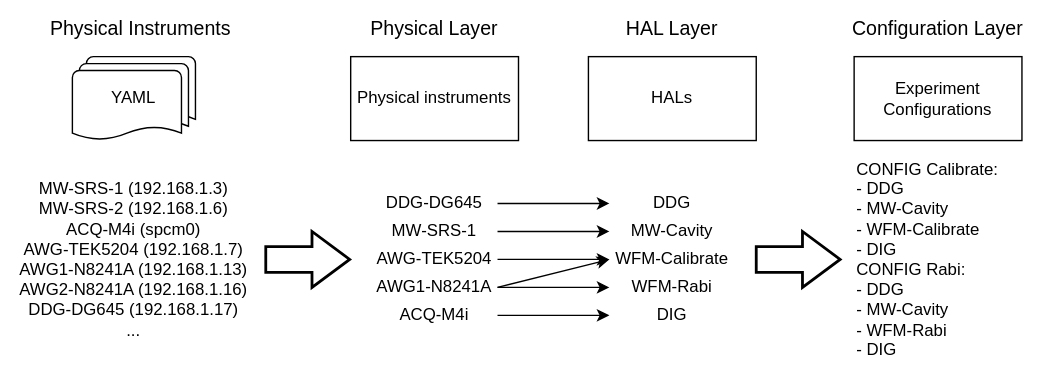
sqdlab/SQDToolz keeps this draw.io diagram as docs/User/Exp_Overview_Setup.drawio.svg. Above is the earlier version. Source tidied: cells renumbered, new cells last; positions are measured from the earlier drawing's top-left corner, leaving out a move shared by most shapes.
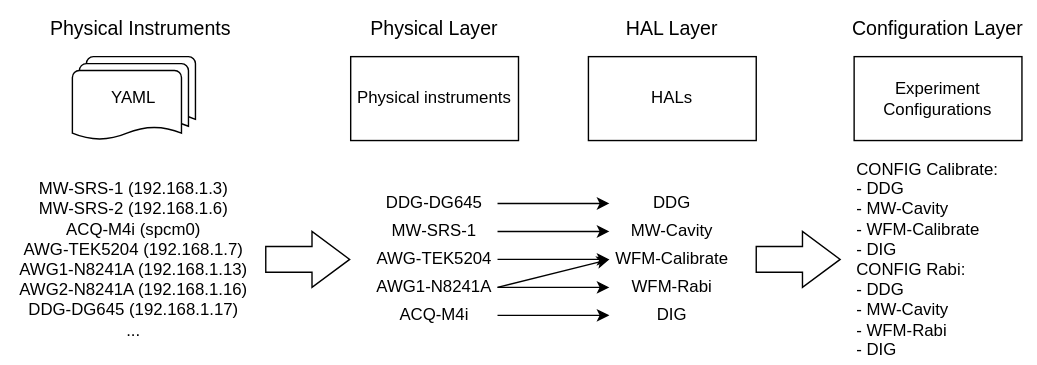
After the commit.

The edit, as a diff of the source:
```diff
@@ -83,10 +83,10 @@
     <mxCell id="28" value="CONFIG Calibrate:&lt;br style=&quot;font-size: 12px&quot;&gt;&amp;nbsp; &amp;nbsp;- DDG&lt;br style=&quot;font-size: 12px&quot;&gt;&amp;nbsp; &amp;nbsp;- MW-Cavity&lt;br style=&quot;font-size: 12px&quot;&gt;&amp;nbsp; &amp;nbsp;- WFM-Calibrate&lt;br&gt;&amp;nbsp; &amp;nbsp;-&amp;nbsp;&lt;span style=&quot;text-align: center&quot;&gt;DIG&lt;/span&gt;&lt;br&gt;CONFIG&amp;nbsp;Rabi:&lt;br&gt;&amp;nbsp; &amp;nbsp;- DDG&lt;br&gt;&amp;nbsp; &amp;nbsp;-&amp;nbsp;&lt;span style=&quot;text-align: center&quot;&gt;MW-Cavity&lt;/span&gt;&lt;br&gt;&amp;nbsp; &amp;nbsp;- WFM-Rabi&lt;br&gt;&amp;nbsp; &amp;nbsp;-&amp;nbsp;&lt;span style=&quot;text-align: center&quot;&gt;DIG&lt;/span&gt;" style="text;html=1;strokeColor=none;fillColor=none;align=left;verticalAlign=middle;whiteSpace=wrap;rounded=0;fontSize=12;" parent="1" vertex="1">
       <mxGeometry x="610" y="110" width="120" height="150" as="geometry" />
     </mxCell>
-    <mxCell id="29" style="verticalLabelPosition=bottom;verticalAlign=top;html=1;strokeWidth=2;shape=mxgraph.arrows2.arrow;dy=0.54;dx=26.94;notch=0;fontSize=12;" parent="1" vertex="1">
+    <mxCell id="29" style="verticalLabelPosition=bottom;verticalAlign=top;html=1;strokeWidth=1;shape=mxgraph.arrows2.arrow;dy=0.54;dx=26.94;notch=0;fontSize=12;" parent="1" vertex="1">
       <mxGeometry x="540" y="165" width="60" height="40" as="geometry" />
     </mxCell>
-    <mxCell id="30" style="verticalLabelPosition=bottom;verticalAlign=top;html=1;strokeWidth=2;shape=mxgraph.arrows2.arrow;dy=0.54;dx=26.94;notch=0;fontSize=12;" parent="1" vertex="1">
+    <mxCell id="30" style="verticalLabelPosition=bottom;verticalAlign=top;html=1;strokeWidth=1;shape=mxgraph.arrows2.arrow;dy=0.54;dx=26.94;notch=0;fontSize=12;" parent="1" vertex="1">
       <mxGeometry x="189.3" y="165" width="60" height="40" as="geometry" />
     </mxCell>
   </root>
```
